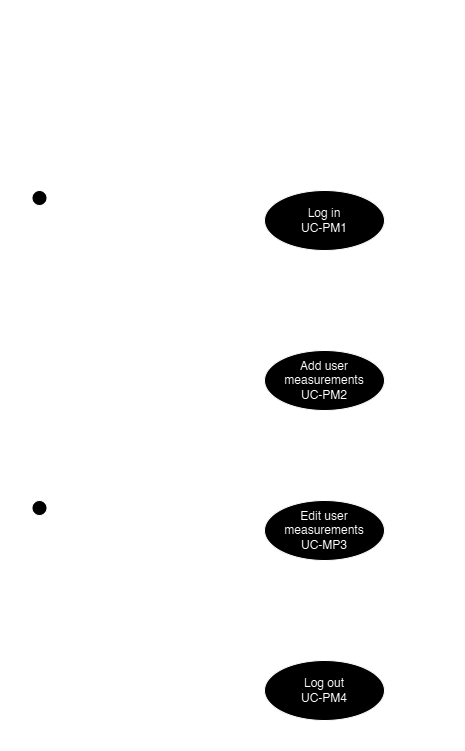
Earlier version of the draw.io export docs/images/UCD-profile-management.png (gienon-fer/SeekFit). Source tidied: cells renumbered, new cells last; positions are measured from the earlier drawing's top-left corner, leaving out a move shared by most shapes.
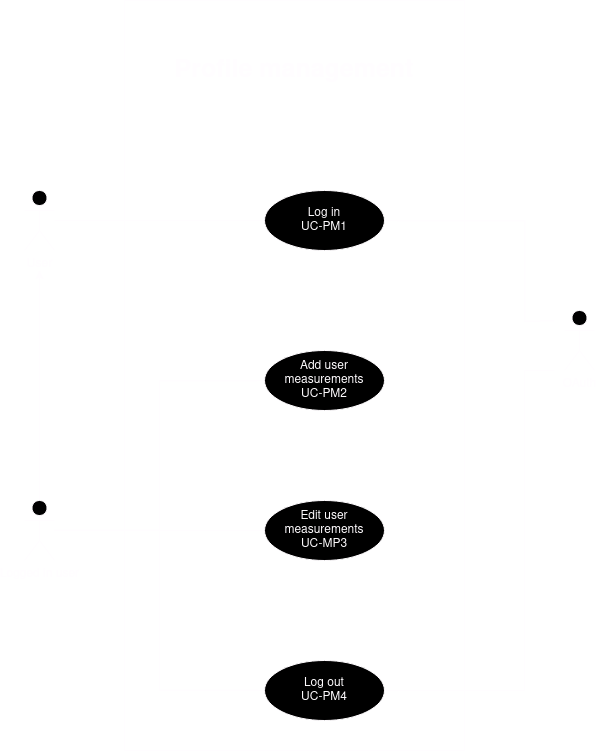
Later version of the same file.

The edit, as a diff of the source:
```diff
@@ -5,7 +5,7 @@
     <mxCell id="2" style="rounded=0;whiteSpace=wrap;html=1;fillColor=none;" parent="1" vertex="1">
       <mxGeometry x="100" width="340" height="750" as="geometry" />
     </mxCell>
-    <mxCell id="3" style="edgeStyle=orthogonalEdgeStyle;rounded=0;jettySize=auto;html=1;" parent="1" edge="1" source="4" target="10">
+    <mxCell id="3" style="edgeStyle=orthogonalEdgeStyle;rounded=0;jettySize=auto;html=1;endArrow=none;endFill=0;" parent="1" edge="1" source="4" target="10">
       <mxGeometry relative="1" as="geometry" />
     </mxCell>
     <mxCell id="4" value="User" style="shape=umlActor;verticalLabelPosition=bottom;verticalAlign=top;html=1;outlineConnect=0;fillColor=default;" parent="1" vertex="1">
@@ -16,13 +16,13 @@
         <mxPoint x="15" y="270" as="targetPoint" />
       </mxGeometry>
     </mxCell>
-    <mxCell id="6" style="edgeStyle=orthogonalEdgeStyle;rounded=0;jettySize=auto;html=1;entryX=0;entryY=0.5;entryDx=0;entryDy=0;" parent="1" edge="1" source="9" target="11">
+    <mxCell id="6" style="edgeStyle=orthogonalEdgeStyle;rounded=0;jettySize=auto;html=1;entryX=0;entryY=0.5;entryDx=0;entryDy=0;endArrow=none;endFill=0;" parent="1" edge="1" source="9" target="11">
       <mxGeometry relative="1" as="geometry" />
     </mxCell>
-    <mxCell id="7" style="edgeStyle=orthogonalEdgeStyle;rounded=0;jettySize=auto;html=1;entryX=0;entryY=0.5;entryDx=0;entryDy=0;" parent="1" edge="1" source="9" target="13">
+    <mxCell id="7" style="edgeStyle=orthogonalEdgeStyle;rounded=0;jettySize=auto;html=1;entryX=0;entryY=0.5;entryDx=0;entryDy=0;endArrow=none;endFill=0;" parent="1" edge="1" source="9" target="13">
       <mxGeometry relative="1" as="geometry" />
     </mxCell>
-    <mxCell id="8" style="edgeStyle=orthogonalEdgeStyle;rounded=0;jettySize=auto;html=1;entryX=0;entryY=0.5;entryDx=0;entryDy=0;" parent="1" edge="1" source="9" target="12">
+    <mxCell id="8" style="edgeStyle=orthogonalEdgeStyle;rounded=0;jettySize=auto;html=1;entryX=0;entryY=0.5;entryDx=0;entryDy=0;endArrow=none;endFill=0;" parent="1" edge="1" source="9" target="12">
       <mxGeometry relative="1" as="geometry" />
     </mxCell>
     <mxCell id="9" value="Logged in user" style="shape=umlActor;verticalLabelPosition=bottom;verticalAlign=top;html=1;outlineConnect=0;fillColor=default;" parent="1" vertex="1">
@@ -43,5 +43,26 @@
     <mxCell id="14" value="&lt;b&gt;&lt;font style=&quot;font-size: 25px;&quot;&gt;Profile management&lt;/font&gt;&lt;/b&gt;" style="text;html=1;align=center;verticalAlign=middle;whiteSpace=wrap;rounded=0;" parent="1" vertex="1">
       <mxGeometry x="135" y="40" width="270" height="60" as="geometry" />
     </mxCell>
+    <mxCell id="15" value="OAuth" style="shape=umlActor;verticalLabelPosition=bottom;verticalAlign=top;html=1;" parent="1" vertex="1">
+      <mxGeometry x="540" y="310" width="30" height="60" as="geometry" />
+    </mxCell>
+    <mxCell id="16" style="edgeStyle=orthogonalEdgeStyle;rounded=0;jettySize=auto;html=1;endArrow=none;endFill=0;entryX=1;entryY=0.5;entryDx=0;entryDy=0;" parent="1" edge="1" target="10">
+      <mxGeometry relative="1" as="geometry">
+        <mxPoint x="530" y="320" as="sourcePoint" />
+        <Array as="points">
+          <mxPoint x="500" y="321" />
+          <mxPoint x="500" y="220" />
+        </Array>
+      </mxGeometry>
+    </mxCell>
+    <mxCell id="17" style="endArrow=none;html=1;rounded=0;exitX=1;exitY=0.5;exitDx=0;exitDy=0;" parent="1" edge="1" source="11">
+      <mxGeometry relative="1" as="geometry">
+        <mxPoint x="530" y="370" as="targetPoint" />
+        <Array as="points">
+          <mxPoint x="500" y="690" />
+          <mxPoint x="500" y="370" />
+        </Array>
+      </mxGeometry>
+    </mxCell>
   </root>
 </mxGraphModel>
```
